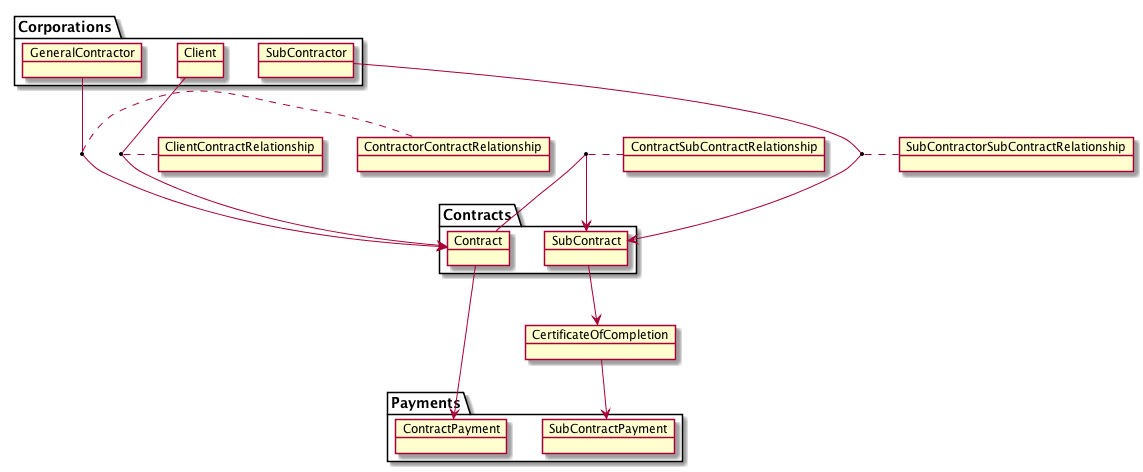
petridishdev/bcca-payment-hub keeps this PlantUML diagram as starter-kit/agent/bcca-agent/config/bcca_schemas.png. Above is the earlier version.
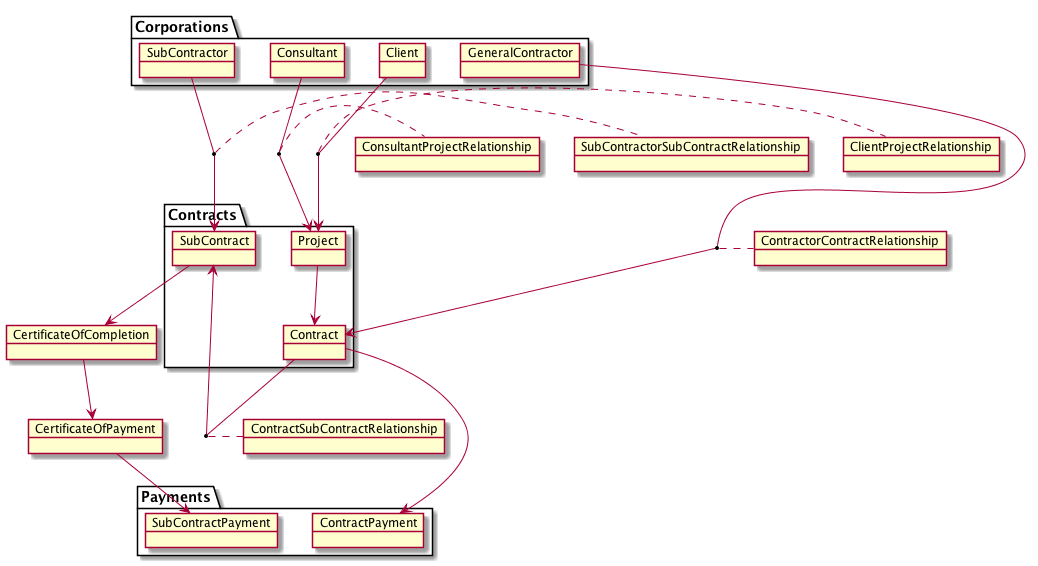
The same diagram one commit later.

The edit, as a diff of the source:
```diff
@@ -1,26 +1,33 @@
 @startuml
 package Corporations {
     object Client
+    object Consultant
     object GeneralContractor
     object SubContractor
 }
 package Contracts {
+    object Project
     object Contract
     object SubContract
 }
 object CertificateOfCompletion
+object CertificateOfPayment
 package Payments {
     object ContractPayment
     object SubContractPayment
 }
 
-object ClientContractRelationship
+object ClientProjectRelationship
+object ConsultantProjectRelationship
 object ContractorContractRelationship
 object ContractSubContractRelationship
 object SubContractorSubContractRelationship
 
-Client --> Contract
-(Client, Contract) .. ClientContractRelationship
+Client --> Project
+(Client, Project) .. ClientProjectRelationship
+Consultant --> Project
+(Consultant, Project) .. ConsultantProjectRelationship
+Project --> Contract
 GeneralContractor --> Contract
 (GeneralContractor, Contract) .. ContractorContractRelationship
 Contract --> SubContract
@@ -29,5 +36,6 @@
 (SubContractor, SubContract) .. SubContractorSubContractRelationship
 Contract --> ContractPayment
 SubContract --> CertificateOfCompletion
-CertificateOfCompletion --> SubContractPayment
+CertificateOfCompletion --> CertificateOfPayment
+CertificateOfPayment --> SubContractPayment
 @enduml
```
